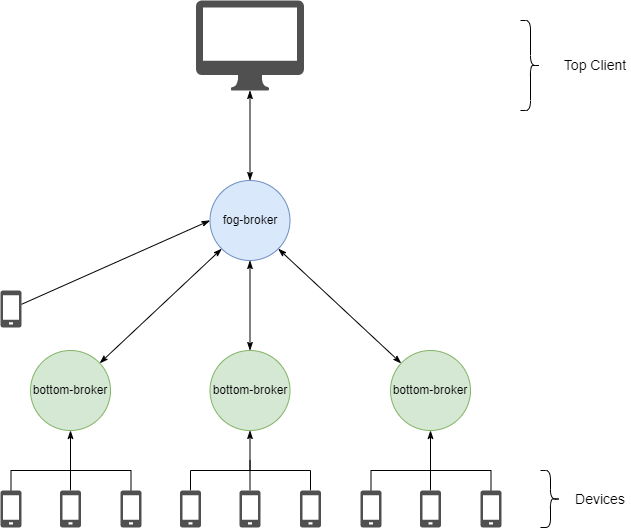
JoaoErick/soft-iot-dlt-fog-broker keeps this draw.io diagram as assets/architecture-diagram.png. Above is the earlier version. Source tidied: cells renumbered, new cells last; positions are measured from the earlier drawing's top-left corner, leaving out a move shared by most shapes.
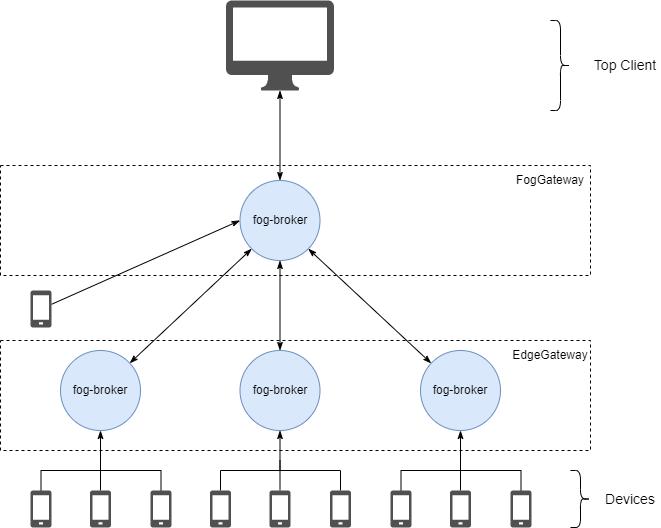
The same diagram one commit later.

Diff of the diagram source:
```diff
@@ -8,108 +8,111 @@
     <mxCell id="3" value="fog-broker" style="ellipse;whiteSpace=wrap;html=1;fillColor=#dae8fc;strokeColor=#6c8ebf;" parent="1" vertex="1">
       <mxGeometry x="209.5" y="180" width="80" height="80" as="geometry" />
     </mxCell>
-    <mxCell id="4" style="rounded=0;jettySize=auto;html=1;entryX=0;entryY=1;entryDx=0;entryDy=0;endArrow=classicThin;endFill=1;startArrow=classicThin;startFill=1;" parent="1" edge="1" source="5" target="3">
-      <mxGeometry relative="1" as="geometry" />
-    </mxCell>
-    <mxCell id="5" value="bottom-broker" style="ellipse;whiteSpace=wrap;html=1;fillColor=#d5e8d4;strokeColor=#82b366;" parent="1" vertex="1">
-      <mxGeometry x="30" y="350" width="80" height="80" as="geometry" />
-    </mxCell>
-    <mxCell id="6" style="edgeStyle=orthogonalEdgeStyle;rounded=0;jettySize=auto;html=1;endArrow=none;endFill=0;" parent="1" edge="1" source="7">
-      <mxGeometry relative="1" as="geometry">
-        <mxPoint x="70" y="460" as="targetPoint" />
-        <Array as="points">
-          <mxPoint x="11" y="470" />
-          <mxPoint x="70" y="470" />
-        </Array>
-      </mxGeometry>
-    </mxCell>
+    <mxCell id="35" style="rounded=0;jettySize=auto;html=1;entryX=0;entryY=1;entryDx=0;entryDy=0;endArrow=classicThin;endFill=1;startArrow=classicThin;startFill=1;" parent="1" edge="1" target="3">
+      <mxGeometry relative="1" as="geometry">
+        <mxPoint x="99.2" y="362.7" as="sourcePoint" />
+      </mxGeometry>
+    </mxCell>
+    <mxCell id="36" style="edgeStyle=orthogonalEdgeStyle;rounded=0;jettySize=auto;html=1;endArrow=none;endFill=0;" parent="1" edge="1" source="7">
+      <mxGeometry relative="1" as="geometry">
+        <mxPoint x="70" y="460" as="targetPoint" />
+        <Array as="points">
+          <mxPoint x="11" y="470" />
+          <mxPoint x="70" y="470" />
+        </Array>
+      </mxGeometry>
+    </mxCell>
     <mxCell id="7" style="sketch=0;shadow=0;dashed=0;html=1;strokeColor=none;fillColor=#505050;labelPosition=center;verticalLabelPosition=bottom;verticalAlign=top;outlineConnect=0;align=center;shape=mxgraph.office.devices.cell_phone_generic;" parent="1" vertex="1">
       <mxGeometry y="490" width="21" height="37" as="geometry" />
     </mxCell>
-    <mxCell id="8" style="edgeStyle=orthogonalEdgeStyle;rounded=0;jettySize=auto;html=1;entryX=0.5;entryY=1;entryDx=0;entryDy=0;endArrow=classicThin;endFill=1;" parent="1" edge="1" source="9" target="5">
-      <mxGeometry relative="1" as="geometry" />
-    </mxCell>
+    <mxCell id="37" style="edgeStyle=orthogonalEdgeStyle;rounded=0;jettySize=auto;html=1;entryX=0.5;entryY=1;entryDx=0;entryDy=0;endArrow=classicThin;endFill=1;" parent="1" edge="1" source="9">
+      <mxGeometry relative="1" as="geometry">
+        <mxPoint x="70" y="430" as="targetPoint" />
+      </mxGeometry>
+    </mxCell>
     <mxCell id="9" style="sketch=0;shadow=0;dashed=0;html=1;strokeColor=none;fillColor=#505050;labelPosition=center;verticalLabelPosition=bottom;verticalAlign=top;outlineConnect=0;align=center;shape=mxgraph.office.devices.cell_phone_generic;" parent="1" vertex="1">
       <mxGeometry x="59.5" y="490" width="21" height="37" as="geometry" />
     </mxCell>
-    <mxCell id="10" style="edgeStyle=orthogonalEdgeStyle;rounded=0;jettySize=auto;html=1;endArrow=none;endFill=0;" parent="1" edge="1" source="11">
-      <mxGeometry relative="1" as="geometry">
-        <mxPoint x="70" y="470" as="targetPoint" />
-        <Array as="points">
-          <mxPoint x="131" y="470" />
-        </Array>
-      </mxGeometry>
-    </mxCell>
+    <mxCell id="38" style="edgeStyle=orthogonalEdgeStyle;rounded=0;jettySize=auto;html=1;endArrow=none;endFill=0;" parent="1" edge="1" source="11">
+      <mxGeometry relative="1" as="geometry">
+        <mxPoint x="70" y="470" as="targetPoint" />
+        <Array as="points">
+          <mxPoint x="131" y="470" />
+        </Array>
+      </mxGeometry>
+    </mxCell>
     <mxCell id="11" style="sketch=0;shadow=0;dashed=0;html=1;strokeColor=none;fillColor=#505050;labelPosition=center;verticalLabelPosition=bottom;verticalAlign=top;outlineConnect=0;align=center;shape=mxgraph.office.devices.cell_phone_generic;" parent="1" vertex="1">
       <mxGeometry x="120" y="490" width="21" height="37" as="geometry" />
     </mxCell>
-    <mxCell id="12" style="edgeStyle=orthogonalEdgeStyle;rounded=0;jettySize=auto;html=1;entryX=0.5;entryY=1;entryDx=0;entryDy=0;endArrow=classicThin;endFill=1;startArrow=classicThin;startFill=1;" parent="1" edge="1" source="13" target="3">
-      <mxGeometry relative="1" as="geometry" />
-    </mxCell>
-    <mxCell id="13" value="bottom-broker" style="ellipse;whiteSpace=wrap;html=1;fillColor=#d5e8d4;strokeColor=#82b366;" parent="1" vertex="1">
-      <mxGeometry x="209.5" y="350" width="80" height="80" as="geometry" />
-    </mxCell>
-    <mxCell id="14" style="edgeStyle=orthogonalEdgeStyle;rounded=0;jettySize=auto;html=1;endArrow=none;endFill=0;" parent="1" edge="1" source="15">
-      <mxGeometry relative="1" as="geometry">
-        <mxPoint x="249.5" y="460" as="targetPoint" />
-        <Array as="points">
-          <mxPoint x="190.5" y="470" />
-          <mxPoint x="249.5" y="470" />
-        </Array>
-      </mxGeometry>
-    </mxCell>
+    <mxCell id="39" style="edgeStyle=orthogonalEdgeStyle;rounded=0;jettySize=auto;html=1;entryX=0.5;entryY=1;entryDx=0;entryDy=0;endArrow=classicThin;endFill=1;startArrow=classicThin;startFill=1;" parent="1" edge="1" target="3">
+      <mxGeometry relative="1" as="geometry">
+        <mxPoint x="249.5" y="350" as="sourcePoint" />
+      </mxGeometry>
+    </mxCell>
+    <mxCell id="40" style="edgeStyle=orthogonalEdgeStyle;rounded=0;jettySize=auto;html=1;endArrow=none;endFill=0;" parent="1" edge="1" source="15">
+      <mxGeometry relative="1" as="geometry">
+        <mxPoint x="249.5" y="460" as="targetPoint" />
+        <Array as="points">
+          <mxPoint x="190.5" y="470" />
+          <mxPoint x="249.5" y="470" />
+        </Array>
+      </mxGeometry>
+    </mxCell>
     <mxCell id="15" style="sketch=0;shadow=0;dashed=0;html=1;strokeColor=none;fillColor=#505050;labelPosition=center;verticalLabelPosition=bottom;verticalAlign=top;outlineConnect=0;align=center;shape=mxgraph.office.devices.cell_phone_generic;" parent="1" vertex="1">
       <mxGeometry x="179.5" y="490" width="21" height="37" as="geometry" />
     </mxCell>
-    <mxCell id="16" style="edgeStyle=orthogonalEdgeStyle;rounded=0;jettySize=auto;html=1;entryX=0.5;entryY=1;entryDx=0;entryDy=0;endArrow=classicThin;endFill=1;" parent="1" edge="1" source="17" target="13">
-      <mxGeometry relative="1" as="geometry" />
-    </mxCell>
+    <mxCell id="41" style="edgeStyle=orthogonalEdgeStyle;rounded=0;jettySize=auto;html=1;entryX=0.5;entryY=1;entryDx=0;entryDy=0;endArrow=classicThin;endFill=1;" parent="1" edge="1" source="17">
+      <mxGeometry relative="1" as="geometry">
+        <mxPoint x="249.5" y="430" as="targetPoint" />
+      </mxGeometry>
+    </mxCell>
     <mxCell id="17" style="sketch=0;shadow=0;dashed=0;html=1;strokeColor=none;fillColor=#505050;labelPosition=center;verticalLabelPosition=bottom;verticalAlign=top;outlineConnect=0;align=center;shape=mxgraph.office.devices.cell_phone_generic;" parent="1" vertex="1">
       <mxGeometry x="239" y="490" width="21" height="37" as="geometry" />
     </mxCell>
-    <mxCell id="18" style="edgeStyle=orthogonalEdgeStyle;rounded=0;jettySize=auto;html=1;endArrow=none;endFill=0;" parent="1" edge="1" source="19">
-      <mxGeometry relative="1" as="geometry">
-        <mxPoint x="249.5" y="470" as="targetPoint" />
-        <Array as="points">
-          <mxPoint x="310.5" y="470" />
-        </Array>
-      </mxGeometry>
-    </mxCell>
+    <mxCell id="42" style="edgeStyle=orthogonalEdgeStyle;rounded=0;jettySize=auto;html=1;endArrow=none;endFill=0;" parent="1" edge="1" source="19">
+      <mxGeometry relative="1" as="geometry">
+        <mxPoint x="249.5" y="470" as="targetPoint" />
+        <Array as="points">
+          <mxPoint x="310.5" y="470" />
+        </Array>
+      </mxGeometry>
+    </mxCell>
     <mxCell id="19" style="sketch=0;shadow=0;dashed=0;html=1;strokeColor=none;fillColor=#505050;labelPosition=center;verticalLabelPosition=bottom;verticalAlign=top;outlineConnect=0;align=center;shape=mxgraph.office.devices.cell_phone_generic;" parent="1" vertex="1">
       <mxGeometry x="299.5" y="490" width="21" height="37" as="geometry" />
     </mxCell>
-    <mxCell id="20" style="rounded=0;jettySize=auto;html=1;entryX=1;entryY=1;entryDx=0;entryDy=0;endArrow=classicThin;endFill=1;startArrow=classicThin;startFill=1;" parent="1" edge="1" source="21" target="3">
-      <mxGeometry relative="1" as="geometry" />
-    </mxCell>
-    <mxCell id="21" value="bottom-broker" style="ellipse;whiteSpace=wrap;html=1;fillColor=#d5e8d4;strokeColor=#82b366;" parent="1" vertex="1">
-      <mxGeometry x="390" y="350" width="80" height="80" as="geometry" />
-    </mxCell>
-    <mxCell id="22" style="edgeStyle=orthogonalEdgeStyle;rounded=0;jettySize=auto;html=1;endArrow=none;endFill=0;" parent="1" edge="1" source="23">
-      <mxGeometry relative="1" as="geometry">
-        <mxPoint x="430" y="460" as="targetPoint" />
-        <Array as="points">
-          <mxPoint x="371" y="470" />
-          <mxPoint x="430" y="470" />
-        </Array>
-      </mxGeometry>
-    </mxCell>
+    <mxCell id="43" style="rounded=0;jettySize=auto;html=1;entryX=1;entryY=1;entryDx=0;entryDy=0;endArrow=classicThin;endFill=1;startArrow=classicThin;startFill=1;" parent="1" edge="1" target="3">
+      <mxGeometry relative="1" as="geometry">
+        <mxPoint x="400.7" y="362.8" as="sourcePoint" />
+      </mxGeometry>
+    </mxCell>
+    <mxCell id="44" style="edgeStyle=orthogonalEdgeStyle;rounded=0;jettySize=auto;html=1;endArrow=none;endFill=0;" parent="1" edge="1" source="23">
+      <mxGeometry relative="1" as="geometry">
+        <mxPoint x="430" y="460" as="targetPoint" />
+        <Array as="points">
+          <mxPoint x="371" y="470" />
+          <mxPoint x="430" y="470" />
+        </Array>
+      </mxGeometry>
+    </mxCell>
     <mxCell id="23" style="sketch=0;shadow=0;dashed=0;html=1;strokeColor=none;fillColor=#505050;labelPosition=center;verticalLabelPosition=bottom;verticalAlign=top;outlineConnect=0;align=center;shape=mxgraph.office.devices.cell_phone_generic;" parent="1" vertex="1">
       <mxGeometry x="360" y="490" width="21" height="37" as="geometry" />
     </mxCell>
-    <mxCell id="24" style="edgeStyle=orthogonalEdgeStyle;rounded=0;jettySize=auto;html=1;entryX=0.5;entryY=1;entryDx=0;entryDy=0;endArrow=classicThin;endFill=1;" parent="1" edge="1" source="25" target="21">
-      <mxGeometry relative="1" as="geometry" />
-    </mxCell>
+    <mxCell id="45" style="edgeStyle=orthogonalEdgeStyle;rounded=0;jettySize=auto;html=1;entryX=0.5;entryY=1;entryDx=0;entryDy=0;endArrow=classicThin;endFill=1;" parent="1" edge="1" source="25">
+      <mxGeometry relative="1" as="geometry">
+        <mxPoint x="430" y="430" as="targetPoint" />
+      </mxGeometry>
+    </mxCell>
     <mxCell id="25" style="sketch=0;shadow=0;dashed=0;html=1;strokeColor=none;fillColor=#505050;labelPosition=center;verticalLabelPosition=bottom;verticalAlign=top;outlineConnect=0;align=center;shape=mxgraph.office.devices.cell_phone_generic;" parent="1" vertex="1">
       <mxGeometry x="419.5" y="490" width="21" height="37" as="geometry" />
     </mxCell>
-    <mxCell id="26" style="edgeStyle=orthogonalEdgeStyle;rounded=0;jettySize=auto;html=1;endArrow=none;endFill=0;" parent="1" edge="1" source="27">
-      <mxGeometry relative="1" as="geometry">
-        <mxPoint x="430" y="470" as="targetPoint" />
-        <Array as="points">
-          <mxPoint x="491" y="470" />
-        </Array>
-      </mxGeometry>
-    </mxCell>
+    <mxCell id="46" style="edgeStyle=orthogonalEdgeStyle;rounded=0;jettySize=auto;html=1;endArrow=none;endFill=0;" parent="1" edge="1" source="27">
+      <mxGeometry relative="1" as="geometry">
+        <mxPoint x="430" y="470" as="targetPoint" />
+        <Array as="points">
+          <mxPoint x="491" y="470" />
+        </Array>
+      </mxGeometry>
+    </mxCell>
     <mxCell id="27" style="sketch=0;shadow=0;dashed=0;html=1;strokeColor=none;fillColor=#505050;labelPosition=center;verticalLabelPosition=bottom;verticalAlign=top;outlineConnect=0;align=center;shape=mxgraph.office.devices.cell_phone_generic;" parent="1" vertex="1">
       <mxGeometry x="480" y="490" width="21" height="37" as="geometry" />
     </mxCell>
@@ -134,5 +137,26 @@
     <mxCell id="34" style="sketch=0;shadow=0;dashed=0;html=1;strokeColor=none;fillColor=#505050;labelPosition=center;verticalLabelPosition=bottom;verticalAlign=top;outlineConnect=0;align=center;shape=mxgraph.office.devices.cell_phone_generic;" parent="1" vertex="1">
       <mxGeometry y="290" width="21" height="37" as="geometry" />
     </mxCell>
+    <mxCell id="47" value="fog-broker" style="ellipse;whiteSpace=wrap;html=1;fillColor=#dae8fc;strokeColor=#6c8ebf;" parent="1" vertex="1">
+      <mxGeometry x="30" y="350" width="80" height="80" as="geometry" />
+    </mxCell>
+    <mxCell id="48" value="fog-broker" style="ellipse;whiteSpace=wrap;html=1;fillColor=#dae8fc;strokeColor=#6c8ebf;" parent="1" vertex="1">
+      <mxGeometry x="209.5" y="350" width="80" height="80" as="geometry" />
+    </mxCell>
+    <mxCell id="49" value="fog-broker" style="ellipse;whiteSpace=wrap;html=1;fillColor=#dae8fc;strokeColor=#6c8ebf;" parent="1" vertex="1">
+      <mxGeometry x="390" y="350" width="80" height="80" as="geometry" />
+    </mxCell>
+    <mxCell id="50" style="rounded=0;whiteSpace=wrap;html=1;dashed=1;fillColor=none;" parent="1" vertex="1">
+      <mxGeometry x="-30" y="340" width="590" height="110" as="geometry" />
+    </mxCell>
+    <mxCell id="51" style="rounded=0;whiteSpace=wrap;html=1;dashed=1;fillColor=none;" parent="1" vertex="1">
+      <mxGeometry x="-30" y="165" width="590" height="110" as="geometry" />
+    </mxCell>
+    <mxCell id="52" value="FogGateway" style="text;html=1;strokeColor=none;fillColor=none;align=center;verticalAlign=middle;whiteSpace=wrap;rounded=0;dashed=1;" parent="1" vertex="1">
+      <mxGeometry x="490" y="165" width="60" height="30" as="geometry" />
+    </mxCell>
+    <mxCell id="53" value="EdgeGateway" style="text;html=1;strokeColor=none;fillColor=none;align=center;verticalAlign=middle;whiteSpace=wrap;rounded=0;dashed=1;" parent="1" vertex="1">
+      <mxGeometry x="490" y="340" width="60" height="30" as="geometry" />
+    </mxCell>
   </root>
 </mxGraphModel>
```
